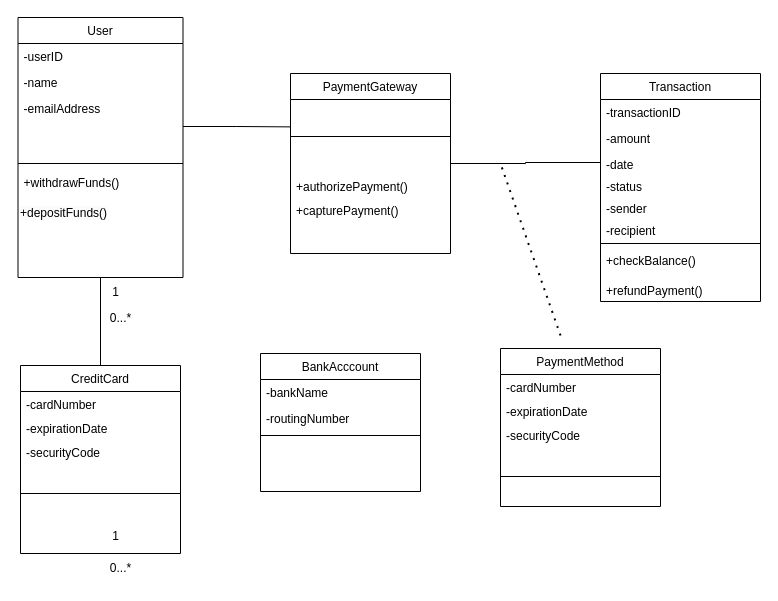
This is designclassdiagram.drawio from LordDdanielHan/test, a draw.io file, before an edit. Source tidied: cells renumbered, new cells numbered last; positions are measured from the earlier drawing's top-left corner, leaving out a move shared by most shapes. Both pictures are drawn from the tidied source at 100%, with x=0, y=0 at pixel (18, 17).
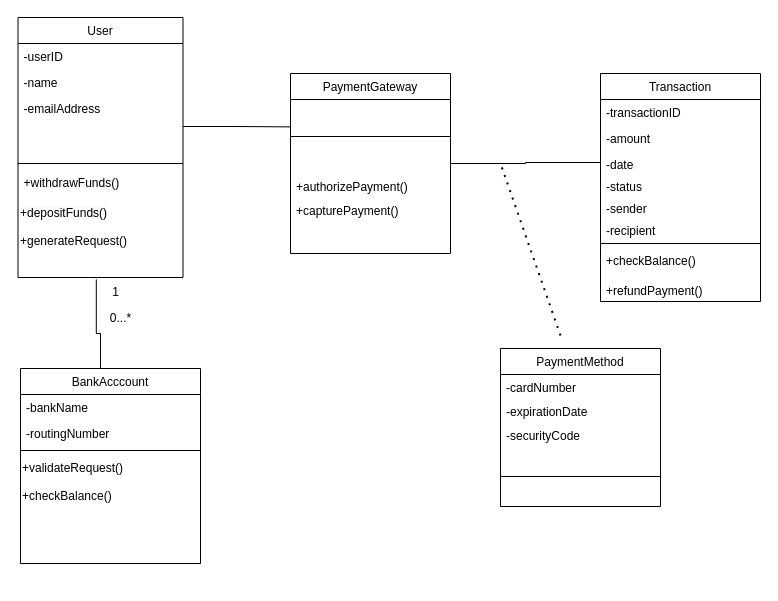
The same diagram, later.

Unchanged cells that the change refers to:
```xml
<mxCell id="2" value="User" style="swimlane;fontStyle=0;align=center;verticalAlign=top;horizontal=1;startSize=26;rounded=0;shadow=0;strokeWidth=1;" parent="1" vertex="1">
  <mxGeometry x="-0.5" width="165" height="260" as="geometry" />
</mxCell>
<mxCell id="41" value="1" style="text;html=1;align=center;verticalAlign=middle;points=[];strokeColor=none;fillColor=none;" parent="1" vertex="1">
  <mxGeometry x="82" y="260" width="30" height="30" as="geometry" />
</mxCell>
```

The edit, as a diff of the source:
```diff
@@
     <mxCell id="9" value="&lt;span style=&quot;color: rgb(0, 0, 0); font-family: Helvetica; font-size: 12px; font-style: normal; font-variant-ligatures: normal; font-variant-caps: normal; font-weight: 400; letter-spacing: normal; orphans: 2; text-align: left; text-indent: 0px; text-transform: none; widows: 2; word-spacing: 0px; -webkit-text-stroke-width: 0px; white-space: nowrap; background-color: rgb(251, 251, 251); text-decoration-thickness: initial; text-decoration-style: initial; text-decoration-color: initial; display: inline !important; float: none;&quot;&gt;+depositFunds()&lt;/span&gt;" style="text;whiteSpace=wrap;html=1;" parent="2" vertex="1">
-      <mxGeometry y="182" width="165" height="78" as="geometry" />
+      <mxGeometry y="182" width="165" height="28" as="geometry" />
     </mxCell>
+    <mxCell id="45" value="&lt;span style=&quot;text-wrap: nowrap;&quot;&gt;+generateRequest()&lt;/span&gt;" style="text;whiteSpace=wrap;html=1;" parent="2" vertex="1">
+      <mxGeometry y="210" width="165" height="28" as="geometry" />
+    </mxCell>
     <mxCell id="10" value="BankAcccount" style="swimlane;fontStyle=0;align=center;verticalAlign=top;horizontal=1;startSize=26;rounded=0;shadow=0;strokeWidth=1;" parent="1" vertex="1">
-      <mxGeometry x="242" y="336" width="160" height="138" as="geometry" />
+      <mxGeometry x="2" y="351" width="180" height="195" as="geometry" />
     </mxCell>
     <mxCell id="11" value="-bankName" style="text;align=left;verticalAlign=top;spacingLeft=4;spacingRight=4;overflow=hidden;" parent="10" vertex="1">
-      <mxGeometry y="26" width="160" height="26" as="geometry" />
+      <mxGeometry y="26" width="180" height="26" as="geometry" />
     </mxCell>
     <mxCell id="12" value="-routingNumber" style="text;align=left;verticalAlign=top;spacingLeft=4;spacingRight=4;overflow=hidden;rounded=0;shadow=0;html=0;" parent="10" vertex="1">
-      <mxGeometry y="52" width="160" height="26" as="geometry" />
+      <mxGeometry y="52" width="180" height="26" as="geometry" />
     </mxCell>
     <mxCell id="13" style="line;html=1;strokeWidth=1;align=left;verticalAlign=middle;spacingTop=-1;spacingLeft=3;spacingRight=3;labelPosition=right;" parent="10" vertex="1">
-      <mxGeometry y="78" width="160" height="8" as="geometry" />
+      <mxGeometry y="78" width="180" height="8" as="geometry" />
     </mxCell>
+    <mxCell id="46" value="&lt;span style=&quot;text-wrap: nowrap;&quot;&gt;+validateRequest()&lt;/span&gt;" style="text;whiteSpace=wrap;html=1;" parent="10" vertex="1">
+      <mxGeometry y="86" width="180" height="28" as="geometry" />
+    </mxCell>
+    <mxCell id="47" value="&lt;span style=&quot;text-wrap: nowrap;&quot;&gt;+checkBalance()&lt;/span&gt;" style="text;whiteSpace=wrap;html=1;" parent="10" vertex="1">
+      <mxGeometry y="114" width="180" height="28" as="geometry" />
+    </mxCell>
-    <mxCell id="14" style="edgeStyle=orthogonalEdgeStyle;rounded=0;jettySize=auto;html=1;exitX=0.5;exitY=0;exitDx=0;exitDy=0;endArrow=none;endFill=0;entryX=0.5;entryY=1;entryDx=0;entryDy=0;" parent="1" edge="1" source="15" target="9">
-      <mxGeometry relative="1" as="geometry" />
+    <mxCell id="14" style="edgeStyle=orthogonalEdgeStyle;rounded=0;jettySize=auto;html=1;exitX=0.5;exitY=0;exitDx=0;exitDy=0;endArrow=none;endFill=0;entryX=-0.14;entryY=0.063;entryDx=0;entryDy=0;entryPerimeter=0;" parent="1" edge="1" source="10" target="41">
+      <mxGeometry relative="1" as="geometry">
+        <Array as="points">
+          <mxPoint x="82" y="316" />
+          <mxPoint x="78" y="316" />
+        </Array>
+      </mxGeometry>
     </mxCell>
-    <mxCell id="15" value="CreditCard" style="swimlane;fontStyle=0;align=center;verticalAlign=top;horizontal=1;startSize=26;rounded=0;shadow=0;strokeWidth=1;" parent="1" vertex="1">
-      <mxGeometry x="2" y="348" width="160" height="188" as="geometry" />
-    </mxCell>
-    <mxCell id="16" value="-cardNumber" style="text;align=left;verticalAlign=top;spacingLeft=4;spacingRight=4;overflow=hidden;" parent="15" vertex="1">
-      <mxGeometry y="26" width="160" height="24" as="geometry" />
-    </mxCell>
-    <mxCell id="17" value="-expirationDate" style="text;align=left;verticalAlign=top;spacingLeft=4;spacingRight=4;overflow=hidden;" parent="15" vertex="1">
-      <mxGeometry y="50" width="160" height="24" as="geometry" />
-    </mxCell>
-    <mxCell id="18" value="-securityCode" style="text;align=left;verticalAlign=top;spacingLeft=4;spacingRight=4;overflow=hidden;" parent="15" vertex="1">
-      <mxGeometry y="74" width="160" height="24" as="geometry" />
-    </mxCell>
-    <mxCell id="19" style="line;html=1;strokeWidth=1;align=left;verticalAlign=middle;spacingTop=-1;spacingLeft=3;spacingRight=3;labelPosition=right;" parent="15" vertex="1">
-      <mxGeometry y="98" width="160" height="60" as="geometry" />
-    </mxCell>
@@
-    <mxCell id="43" value="1" style="text;html=1;align=center;verticalAlign=middle;strokeColor=none;fillColor=none;" parent="1" vertex="1">
-      <mxGeometry x="82" y="504" width="30" height="30" as="geometry" />
-    </mxCell>
-    <mxCell id="44" value="0...*" style="text;html=1;align=center;verticalAlign=middle;strokeColor=none;fillColor=none;" parent="1" vertex="1">
-      <mxGeometry x="82" y="536" width="40" height="30" as="geometry" />
-    </mxCell>
```
